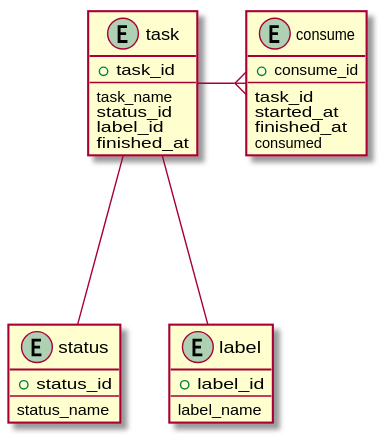
pankona/hashira keeps this PlantUML diagram as docs/uml/er.svg. Above is the earlier version. Source of this version:
```plantuml
@startuml

entity task {
    + task_id
    --
    task_name
    status_id
    label_id
    finished_at
}

entity status {
    + status_id
    --
    status_name
}

entity consume {
  + consume_id
  --
  task_id
  started_at
  finished_at
  consumed
}

entity label {
    + label_id
    --
    label_name
}

task --- status
task --- label
task -ri-{ consume

@enduml
```
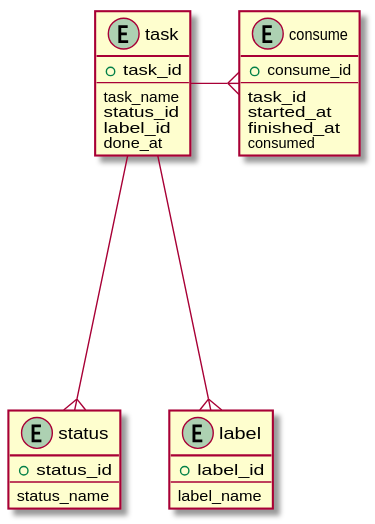
Later version of the same file.

Commit message:
update tables and er diagram

Diff of the diagram source:
```diff
@@ -6,7 +6,7 @@
     task_name
     status_id
     label_id
-    finished_at
+    done_at
 }
 
 entity status {
@@ -30,8 +30,8 @@
     label_name
 }
 
-task --- status
-task --- label
+task ----{ status
+task ----{ label
 task -ri-{ consume
 
 @enduml
```
